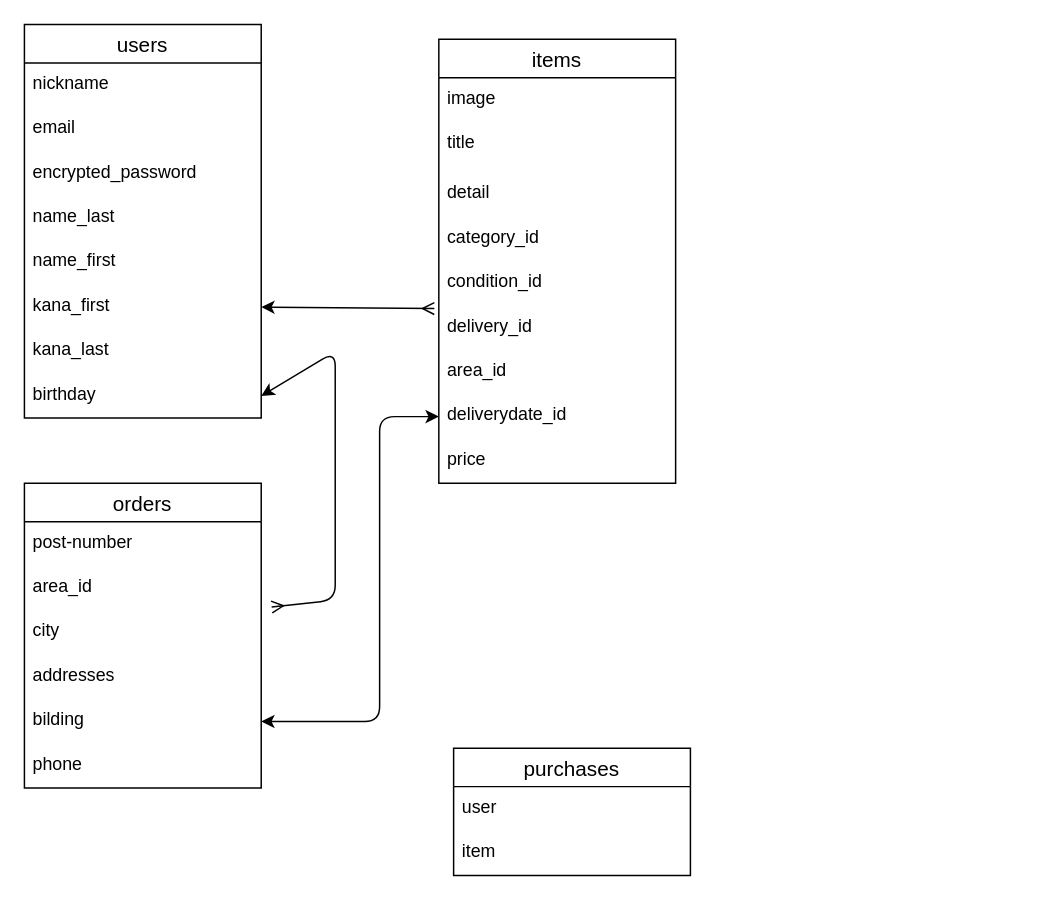
gomafuu/furima-39397 keeps this draw.io diagram as er.dio. Above is the earlier version. Source tidied: cells renumbered, new cells numbered last; positions are measured from the earlier drawing's top-left corner, leaving out a move shared by most shapes. Both pictures are drawn from the tidied source at 148%, with x=0, y=0 at pixel (24, 24).
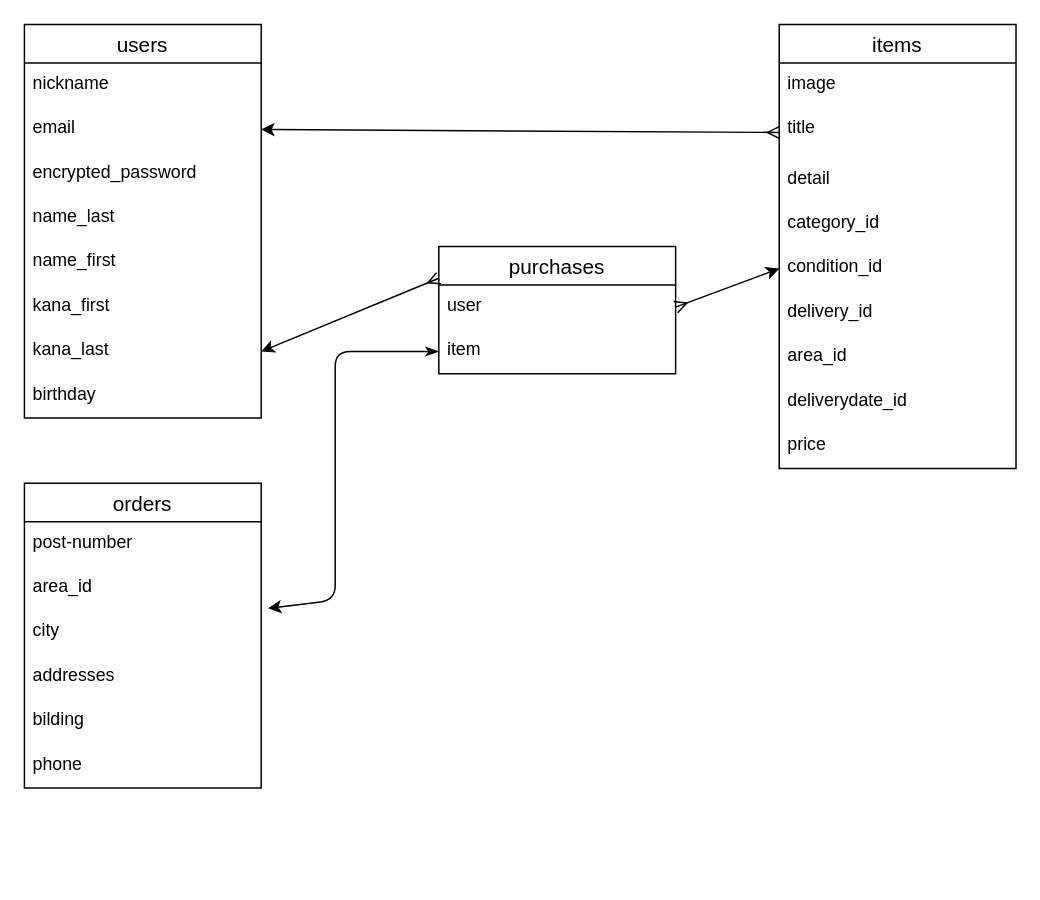
The same diagram, later.

The change refers to these unchanged cells:
```xml
<mxCell id="4" value="email" style="text;strokeColor=none;fillColor=none;spacingLeft=4;spacingRight=4;overflow=hidden;points=[[0,0.5],[1,0.5]];portConstraint=eastwest;fontSize=12;" parent="2" vertex="1">
  <mxGeometry y="56" width="160" height="30" as="geometry" />
</mxCell>
<mxCell id="9" value="kana_last" style="text;strokeColor=none;fillColor=none;spacingLeft=4;spacingRight=4;overflow=hidden;points=[[0,0.5],[1,0.5]];portConstraint=eastwest;fontSize=12;" parent="2" vertex="1">
  <mxGeometry y="206" width="160" height="30" as="geometry" />
</mxCell>
<mxCell id="10" value="birthday" style="text;strokeColor=none;fillColor=none;spacingLeft=4;spacingRight=4;overflow=hidden;points=[[0,0.5],[1,0.5]];portConstraint=eastwest;fontSize=12;" parent="2" vertex="1">
  <mxGeometry y="236" width="160" height="30" as="geometry" />
</mxCell>
<mxCell id="13" value="area_id" style="text;strokeColor=none;fillColor=none;spacingLeft=4;spacingRight=4;overflow=hidden;points=[[0,0.5],[1,0.5]];portConstraint=eastwest;fontSize=12;" parent="11" vertex="1">
  <mxGeometry y="56" width="160" height="30" as="geometry" />
</mxCell>
<mxCell id="16" value="bilding" style="text;strokeColor=none;fillColor=none;spacingLeft=4;spacingRight=4;overflow=hidden;points=[[0,0.5],[1,0.5]];portConstraint=eastwest;fontSize=12;" parent="11" vertex="1">
  <mxGeometry y="146" width="160" height="30" as="geometry" />
</mxCell>
<mxCell id="20" value="title" style="text;strokeColor=none;fillColor=none;spacingLeft=4;spacingRight=4;overflow=hidden;points=[[0,0.5],[1,0.5]];portConstraint=eastwest;fontSize=12;" parent="18" vertex="1">
  <mxGeometry y="56" width="160" height="34" as="geometry" />
</mxCell>
<mxCell id="23" value="condition_id" style="text;strokeColor=none;fillColor=none;spacingLeft=4;spacingRight=4;overflow=hidden;points=[[0,0.5],[1,0.5]];portConstraint=eastwest;fontSize=12;" parent="18" vertex="1">
  <mxGeometry y="150" width="160" height="30" as="geometry" />
</mxCell>
<mxCell id="24" value="delivery_id" style="text;strokeColor=none;fillColor=none;spacingLeft=4;spacingRight=4;overflow=hidden;points=[[0,0.5],[1,0.5]];portConstraint=eastwest;fontSize=12;" parent="18" vertex="1">
  <mxGeometry y="180" width="160" height="30" as="geometry" />
</mxCell>
<mxCell id="26" value="deliverydate_id" style="text;strokeColor=none;fillColor=none;spacingLeft=4;spacingRight=4;overflow=hidden;points=[[0,0.5],[1,0.5]];portConstraint=eastwest;fontSize=12;" parent="18" vertex="1">
  <mxGeometry y="240" width="160" height="30" as="geometry" />
</mxCell>
<mxCell id="30" value="user" style="text;strokeColor=none;fillColor=none;spacingLeft=4;spacingRight=4;overflow=hidden;points=[[0,0.5],[1,0.5]];portConstraint=eastwest;fontSize=12;" parent="29" vertex="1">
  <mxGeometry y="26" width="160" height="30" as="geometry" />
</mxCell>
<mxCell id="31" value="item" style="text;strokeColor=none;fillColor=none;spacingLeft=4;spacingRight=4;overflow=hidden;points=[[0,0.5],[1,0.5]];portConstraint=eastwest;fontSize=12;" parent="29" vertex="1">
  <mxGeometry y="56" width="160" height="30" as="geometry" />
</mxCell>
```

The edit, as a diff of the source:
```diff
@@
     <mxCell id="18" value="items" style="swimlane;fontStyle=0;horizontal=1;startSize=26;align=center;fontSize=14;" parent="1" vertex="1">
-      <mxGeometry x="280" y="10" width="160" height="300" as="geometry" />
+      <mxGeometry x="510" width="160" height="300" as="geometry" />
     </mxCell>
@@
-    <mxCell id="28" style="edgeStyle=none;html=1;exitX=1;exitY=0.5;exitDx=0;exitDy=0;entryX=-0.019;entryY=0.067;entryDx=0;entryDy=0;entryPerimeter=0;endArrow=ERmany;endFill=0;startArrow=classic;startFill=1;" parent="1" edge="1" target="24">
-      <mxGeometry relative="1" as="geometry">
-        <mxPoint x="160" y="191" as="sourcePoint" />
-      </mxGeometry>
+    <mxCell id="28" style="edgeStyle=none;html=1;exitX=1;exitY=0.5;exitDx=0;exitDy=0;entryX=0;entryY=0.5;entryDx=0;entryDy=0;endArrow=ERmany;endFill=0;startArrow=classic;startFill=1;" parent="1" edge="1" source="4" target="20">
+      <mxGeometry relative="1" as="geometry" />
     </mxCell>
     <mxCell id="29" value="purchases" style="swimlane;fontStyle=0;horizontal=1;startSize=26;align=center;fontSize=14;" parent="1" vertex="1">
-      <mxGeometry x="290" y="489" width="160" height="86" as="geometry" />
+      <mxGeometry x="280" y="150" width="160" height="86" as="geometry" />
     </mxCell>
@@
-    <mxCell id="32" style="edgeStyle=none;html=1;exitX=1;exitY=0.5;exitDx=0;exitDy=0;entryX=1.044;entryY=0.922;entryDx=0;entryDy=0;entryPerimeter=0;startArrow=classic;startFill=1;endArrow=ERmany;endFill=0;" parent="1" edge="1" source="10" target="13">
+    <mxCell id="32" style="edgeStyle=none;html=1;entryX=1.029;entryY=0.95;entryDx=0;entryDy=0;startArrow=classicThin;startFill=1;endArrow=classic;endFill=1;entryPerimeter=0;" parent="1" edge="1" source="31" target="13">
       <mxGeometry relative="1" as="geometry">
         <Array as="points">
           <mxPoint x="210" y="221" />
           <mxPoint x="210" y="389" />
         </Array>
       </mxGeometry>
     </mxCell>
-    <mxCell id="33" style="edgeStyle=none;html=1;exitX=0;exitY=0.5;exitDx=0;exitDy=0;entryX=1;entryY=0.5;entryDx=0;entryDy=0;startArrow=classic;startFill=1;endArrow=classic;endFill=1;" parent="1" edge="1" source="26" target="16">
-      <mxGeometry relative="1" as="geometry">
-        <Array as="points">
-          <mxPoint x="240" y="265" />
-          <mxPoint x="240" y="471" />
-        </Array>
-      </mxGeometry>
-    </mxCell>
+    <mxCell id="34" style="edgeStyle=none;html=1;exitX=1;exitY=0.5;exitDx=0;exitDy=0;entryX=0;entryY=0.25;entryDx=0;entryDy=0;startArrow=classic;startFill=1;endArrow=ERmany;endFill=0;" parent="1" edge="1" source="9" target="29">
+      <mxGeometry relative="1" as="geometry" />
+    </mxCell>
+    <mxCell id="35" style="edgeStyle=none;html=1;exitX=1;exitY=0.5;exitDx=0;exitDy=0;entryX=0;entryY=0.5;entryDx=0;entryDy=0;startArrow=ERmany;startFill=0;endArrow=classic;endFill=1;" parent="1" edge="1" source="30" target="23">
+      <mxGeometry relative="1" as="geometry" />
+    </mxCell>
```
